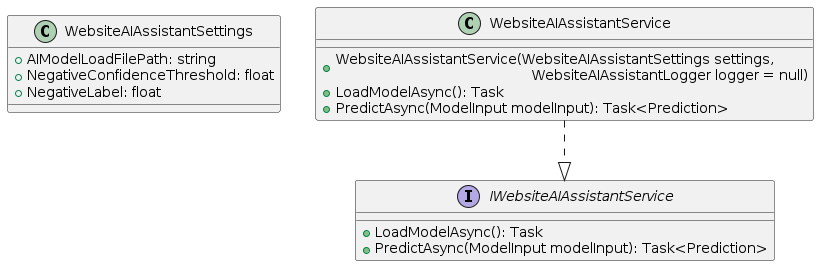
Earlier version of the PlantUML export Docs/WebsiteAIAssistantService.png (VeritasSoftware/WebsiteAIAssistant).
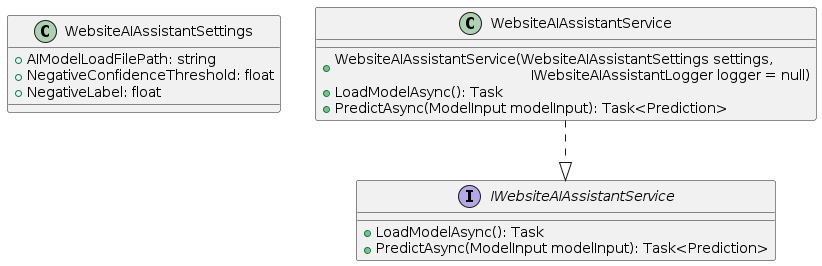
Above is the later version.

Commit message:
updated helper services class diagrams.

The edit, as a diff of the source:
```diff
@@ -14,7 +14,7 @@
 
 class WebsiteAIAssistantService
 {
-  + WebsiteAIAssistantService(WebsiteAIAssistantSettings settings, \n \t \t  \t \t \t \t WebsiteAIAssistantLogger logger = null)
+  + WebsiteAIAssistantService(WebsiteAIAssistantSettings settings, \n \t \t  \t \t \t \t IWebsiteAIAssistantLogger logger = null)
   + LoadModelAsync(): Task
   + PredictAsync(ModelInput modelInput): Task<Prediction>
 }
```
